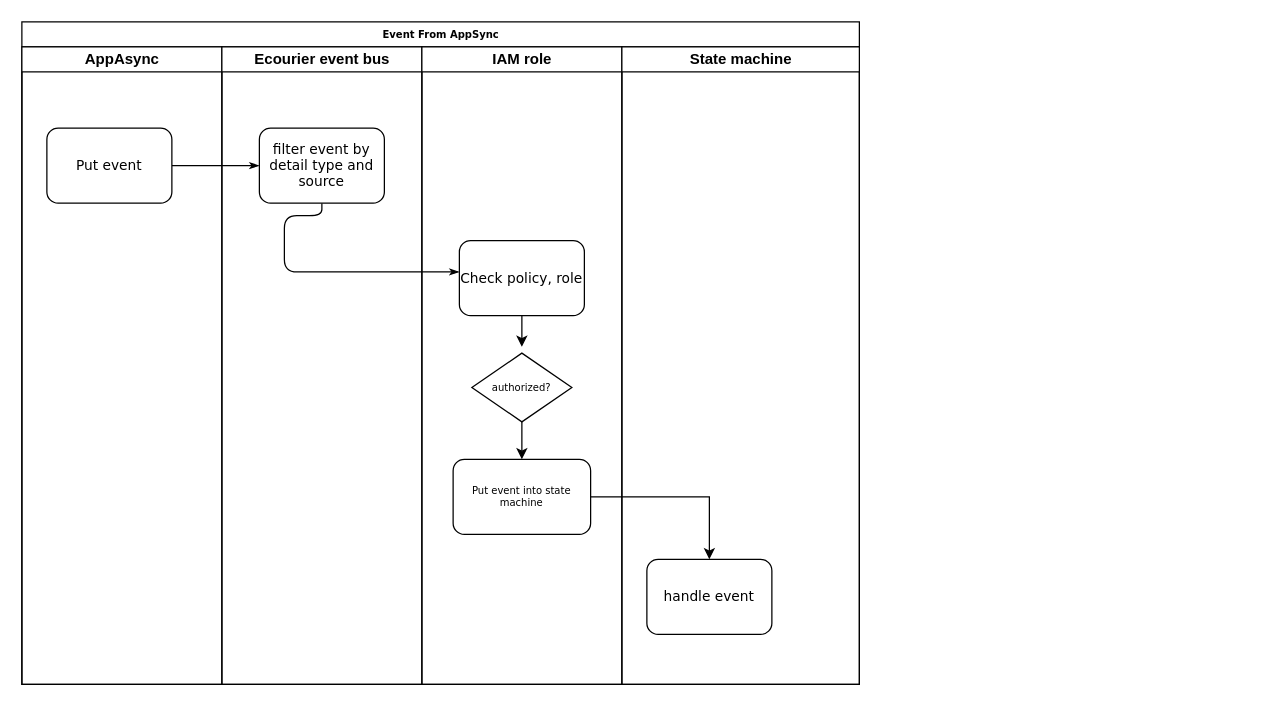
Before: event2.drawio in dieunguyen2003/deploycode, a draw.io diagram. Source tidied: cells renumbered, new cells numbered last; positions are measured from the earlier drawing's top-left corner, leaving out a move shared by most shapes. Both pictures are drawn from the tidied source at 125%, with x=0, y=0 at pixel (21, 21).
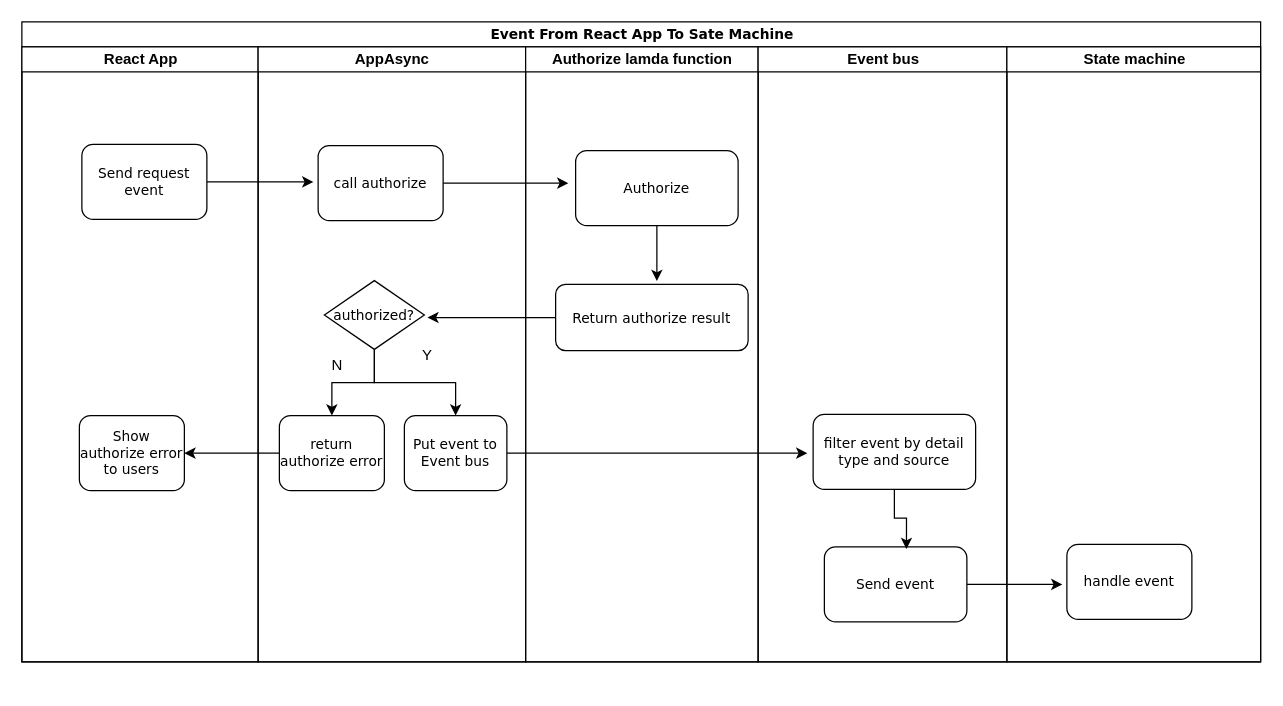
After the change.

The edit, as a diff of the source:
```diff
@@
-    <mxCell id="2" value="Event From AppSync" style="swimlane;html=1;startSize=20;rounded=0;shadow=0;labelBackgroundColor=none;strokeWidth=1;fontFamily=Verdana;fontSize=8;align=center;" parent="1" vertex="1">
-      <mxGeometry width="670" height="530" as="geometry" />
+    <mxCell id="2" value="&lt;font style=&quot;font-size: 11px;&quot;&gt;Event From React App To Sate Machine&lt;/font&gt;" style="swimlane;html=1;startSize=20;rounded=0;shadow=0;labelBackgroundColor=none;strokeWidth=1;fontFamily=Verdana;fontSize=8;align=center;" parent="1" vertex="1">
+      <mxGeometry width="991" height="512" as="geometry" />
     </mxCell>
-    <mxCell id="3" style="edgeStyle=orthogonalEdgeStyle;rounded=1;html=1;labelBackgroundColor=none;startArrow=none;startFill=0;startSize=5;endArrow=classicThin;endFill=1;endSize=5;jettySize=auto;strokeWidth=1;fontFamily=Verdana;fontSize=8;" parent="2" edge="1" source="6" target="8">
-      <mxGeometry relative="1" as="geometry" />
-    </mxCell>
-    <mxCell id="4" style="edgeStyle=orthogonalEdgeStyle;rounded=1;html=1;labelBackgroundColor=none;startArrow=none;startFill=0;startSize=5;endArrow=classicThin;endFill=1;endSize=5;jettySize=auto;strokeWidth=1;fontFamily=Verdana;fontSize=8;" parent="2" edge="1" source="8" target="11">
-      <mxGeometry relative="1" as="geometry">
-        <Array as="points">
-          <mxPoint x="240" y="155" />
-          <mxPoint x="210" y="155" />
-          <mxPoint x="210" y="200" />
-        </Array>
-      </mxGeometry>
-    </mxCell>
-    <mxCell id="5" value="AppAsync" style="swimlane;html=1;startSize=20;" parent="2" vertex="1">
-      <mxGeometry y="20" width="160" height="510" as="geometry" />
-    </mxCell>
+    <mxCell id="7" value="React App" style="swimlane;html=1;startSize=20;" parent="2" vertex="1">
+      <mxGeometry y="20" width="189" height="492" as="geometry" />
+    </mxCell>
+    <mxCell id="18" style="edgeStyle=orthogonalEdgeStyle;rounded=0;jettySize=auto;html=1;" parent="7" edge="1" source="6">
+      <mxGeometry relative="1" as="geometry">
+        <mxPoint x="233.2" y="108" as="targetPoint" />
+      </mxGeometry>
+    </mxCell>
-    <mxCell id="6" value="&lt;font style=&quot;font-size: 11px;&quot;&gt;Put event&lt;/font&gt;" style="rounded=1;whiteSpace=wrap;html=1;shadow=0;labelBackgroundColor=none;strokeWidth=1;fontFamily=Verdana;fontSize=8;align=center;" parent="5" vertex="1">
-      <mxGeometry x="20" y="65" width="100" height="60" as="geometry" />
+    <mxCell id="6" value="&lt;font style=&quot;font-size: 11px;&quot;&gt;Send request event&lt;/font&gt;" style="rounded=1;whiteSpace=wrap;html=1;shadow=0;labelBackgroundColor=none;strokeWidth=1;fontFamily=Verdana;fontSize=8;align=center;" parent="7" vertex="1">
+      <mxGeometry x="48" y="78" width="100" height="60" as="geometry" />
     </mxCell>
-    <mxCell id="7" value="Ecourier event bus" style="swimlane;html=1;startSize=20;" parent="2" vertex="1">
-      <mxGeometry x="160" y="20" width="160" height="510" as="geometry" />
-    </mxCell>
-    <mxCell id="8" value="&lt;font style=&quot;font-size: 11px;&quot;&gt;filter event by detail type and source&lt;/font&gt;" style="rounded=1;whiteSpace=wrap;html=1;shadow=0;labelBackgroundColor=none;strokeWidth=1;fontFamily=Verdana;fontSize=8;align=center;" parent="7" vertex="1">
-      <mxGeometry x="30" y="65" width="100" height="60" as="geometry" />
-    </mxCell>
+    <mxCell id="19" value="&lt;font style=&quot;font-size: 11px;&quot;&gt;Show authorize error to users&lt;/font&gt;" style="rounded=1;whiteSpace=wrap;html=1;shadow=0;labelBackgroundColor=none;strokeWidth=1;fontFamily=Verdana;fontSize=8;align=center;" parent="7" vertex="1">
+      <mxGeometry x="46" y="295" width="84" height="60" as="geometry" />
+    </mxCell>
-    <mxCell id="9" value="IAM role" style="swimlane;html=1;startSize=20;" parent="2" vertex="1">
-      <mxGeometry x="320" y="20" width="160" height="510" as="geometry" />
+    <mxCell id="9" value="AppAsync" style="swimlane;html=1;startSize=20;" parent="2" vertex="1">
+      <mxGeometry x="189" y="20" width="214" height="492" as="geometry" />
     </mxCell>
-    <mxCell id="10" style="edgeStyle=orthogonalEdgeStyle;rounded=0;jettySize=auto;html=1;exitX=0.5;exitY=1;exitDx=0;exitDy=0;" parent="9" edge="1" source="11">
-      <mxGeometry relative="1" as="geometry">
-        <mxPoint x="80" y="240" as="targetPoint" />
-      </mxGeometry>
-    </mxCell>
-    <mxCell id="11" value="&lt;font style=&quot;font-size: 11px;&quot;&gt;Check policy, role&lt;/font&gt;" style="rounded=1;whiteSpace=wrap;html=1;shadow=0;labelBackgroundColor=none;strokeWidth=1;fontFamily=Verdana;fontSize=8;align=center;" parent="9" vertex="1">
-      <mxGeometry x="30" y="155" width="100" height="60" as="geometry" />
-    </mxCell>
+    <mxCell id="20" style="edgeStyle=orthogonalEdgeStyle;rounded=0;jettySize=auto;html=1;" parent="9" edge="1" source="12">
+      <mxGeometry relative="1" as="geometry">
+        <mxPoint x="439.4" y="325" as="targetPoint" />
+      </mxGeometry>
+    </mxCell>
-    <mxCell id="12" value="Put event into state machine" style="rounded=1;whiteSpace=wrap;html=1;shadow=0;labelBackgroundColor=none;strokeWidth=1;fontFamily=Verdana;fontSize=8;align=center;" parent="9" vertex="1">
-      <mxGeometry x="25" y="330" width="110" height="60" as="geometry" />
+    <mxCell id="12" value="&lt;font style=&quot;font-size: 11px;&quot;&gt;Put event to Event bus&lt;/font&gt;" style="rounded=1;whiteSpace=wrap;html=1;shadow=0;labelBackgroundColor=none;strokeWidth=1;fontFamily=Verdana;fontSize=8;align=center;" parent="9" vertex="1">
+      <mxGeometry x="117" y="295" width="82" height="60" as="geometry" />
     </mxCell>
-    <mxCell id="13" style="edgeStyle=orthogonalEdgeStyle;rounded=0;jettySize=auto;html=1;entryX=0.5;entryY=0;entryDx=0;entryDy=0;" parent="9" edge="1" source="14" target="12">
+    <mxCell id="13" style="edgeStyle=orthogonalEdgeStyle;rounded=0;jettySize=auto;html=1;" parent="9" edge="1" source="14" target="12">
       <mxGeometry relative="1" as="geometry" />
     </mxCell>
+    <mxCell id="21" style="edgeStyle=orthogonalEdgeStyle;rounded=0;jettySize=auto;html=1;entryX=0.5;entryY=0;entryDx=0;entryDy=0;" parent="9" edge="1" source="14" target="24">
+      <mxGeometry relative="1" as="geometry" />
+    </mxCell>
-    <mxCell id="14" value="authorized?" style="rhombus;whiteSpace=wrap;html=1;rounded=0;shadow=0;labelBackgroundColor=none;strokeWidth=1;fontFamily=Verdana;fontSize=8;align=center;" parent="9" vertex="1">
-      <mxGeometry x="40" y="245" width="80" height="55" as="geometry" />
+    <mxCell id="14" value="&lt;font style=&quot;font-size: 11px;&quot;&gt;authorized?&lt;/font&gt;" style="rhombus;whiteSpace=wrap;html=1;rounded=0;shadow=0;labelBackgroundColor=none;strokeWidth=1;fontFamily=Verdana;fontSize=8;align=center;" parent="9" vertex="1">
+      <mxGeometry x="53" y="187" width="80" height="55" as="geometry" />
     </mxCell>
+    <mxCell id="22" style="edgeStyle=orthogonalEdgeStyle;rounded=0;jettySize=auto;html=1;" parent="9" edge="1" source="23">
+      <mxGeometry relative="1" as="geometry">
+        <mxPoint x="248.2" y="109" as="targetPoint" />
+      </mxGeometry>
+    </mxCell>
+    <mxCell id="23" value="&lt;span style=&quot;font-size: 11px;&quot;&gt;call authorize&lt;/span&gt;" style="rounded=1;whiteSpace=wrap;html=1;shadow=0;labelBackgroundColor=none;strokeWidth=1;fontFamily=Verdana;fontSize=8;align=center;" parent="9" vertex="1">
+      <mxGeometry x="48" y="79" width="100" height="60" as="geometry" />
+    </mxCell>
+    <mxCell id="24" value="&lt;font style=&quot;font-size: 11px;&quot;&gt;return authorize error&lt;/font&gt;" style="rounded=1;whiteSpace=wrap;html=1;shadow=0;labelBackgroundColor=none;strokeWidth=1;fontFamily=Verdana;fontSize=8;align=center;" parent="9" vertex="1">
+      <mxGeometry x="17" y="295" width="84" height="60" as="geometry" />
+    </mxCell>
-    <mxCell id="15" value="State machine" style="swimlane;html=1;startSize=20;" parent="2" vertex="1">
-      <mxGeometry x="480" y="20" width="190" height="510" as="geometry" />
+    <mxCell id="15" value="Authorize lamda function" style="swimlane;html=1;startSize=20;" parent="2" vertex="1">
+      <mxGeometry x="403" y="20" width="186" height="492" as="geometry" />
     </mxCell>
+    <mxCell id="25" style="edgeStyle=orthogonalEdgeStyle;rounded=0;jettySize=auto;html=1;" parent="15" edge="1" source="11">
+      <mxGeometry relative="1" as="geometry">
+        <mxPoint x="105" y="187.4" as="targetPoint" />
+      </mxGeometry>
+    </mxCell>
+    <mxCell id="11" value="&lt;span style=&quot;font-size: 11px;&quot;&gt;Authorize&lt;/span&gt;" style="rounded=1;whiteSpace=wrap;html=1;shadow=0;labelBackgroundColor=none;strokeWidth=1;fontFamily=Verdana;fontSize=8;align=center;" parent="15" vertex="1">
+      <mxGeometry x="40" y="83" width="130" height="60" as="geometry" />
+    </mxCell>
+    <mxCell id="26" style="edgeStyle=orthogonalEdgeStyle;rounded=0;jettySize=auto;html=1;" parent="15" edge="1" source="27">
+      <mxGeometry relative="1" as="geometry">
+        <mxPoint x="-78.6" y="216.5" as="targetPoint" />
+      </mxGeometry>
+    </mxCell>
+    <mxCell id="27" value="&lt;font style=&quot;font-size: 11px;&quot;&gt;Return&amp;nbsp;authorize result&lt;/font&gt;" style="rounded=1;whiteSpace=wrap;html=1;shadow=0;labelBackgroundColor=none;strokeWidth=1;fontFamily=Verdana;fontSize=8;align=center;" parent="15" vertex="1">
+      <mxGeometry x="24" y="190" width="154" height="53" as="geometry" />
+    </mxCell>
+    <mxCell id="5" value="Event bus" style="swimlane;html=1;startSize=20;" parent="2" vertex="1">
+      <mxGeometry x="589" y="20" width="199" height="492" as="geometry" />
+    </mxCell>
+    <mxCell id="8" value="&lt;font style=&quot;font-size: 11px;&quot;&gt;filter event by detail type and source&lt;/font&gt;" style="rounded=1;whiteSpace=wrap;html=1;shadow=0;labelBackgroundColor=none;strokeWidth=1;fontFamily=Verdana;fontSize=8;align=center;" parent="5" vertex="1">
+      <mxGeometry x="44" y="294" width="130" height="60" as="geometry" />
+    </mxCell>
+    <mxCell id="28" style="edgeStyle=orthogonalEdgeStyle;rounded=0;jettySize=auto;html=1;" parent="5" edge="1" source="16">
+      <mxGeometry relative="1" as="geometry">
+        <mxPoint x="243.4" y="430" as="targetPoint" />
+      </mxGeometry>
+    </mxCell>
-    <mxCell id="16" value="&lt;span style=&quot;font-size: 11px;&quot;&gt;handle event&lt;/span&gt;" style="rounded=1;whiteSpace=wrap;html=1;shadow=0;labelBackgroundColor=none;strokeWidth=1;fontFamily=Verdana;fontSize=8;align=center;" parent="15" vertex="1">
-      <mxGeometry x="20" y="410" width="100" height="60" as="geometry" />
+    <mxCell id="16" value="&lt;span style=&quot;font-size: 11px;&quot;&gt;Send event&lt;/span&gt;" style="rounded=1;whiteSpace=wrap;html=1;shadow=0;labelBackgroundColor=none;strokeWidth=1;fontFamily=Verdana;fontSize=8;align=center;" parent="5" vertex="1">
+      <mxGeometry x="53" y="400" width="114" height="60" as="geometry" />
     </mxCell>
-    <mxCell id="17" style="edgeStyle=orthogonalEdgeStyle;rounded=0;jettySize=auto;html=1;" parent="2" edge="1" source="12" target="16">
-      <mxGeometry relative="1" as="geometry" />
-    </mxCell>
+    <mxCell id="29" style="edgeStyle=orthogonalEdgeStyle;rounded=0;jettySize=auto;html=1;entryX=0.576;entryY=0.03;entryDx=0;entryDy=0;entryPerimeter=0;" parent="5" edge="1" source="8" target="16">
+      <mxGeometry relative="1" as="geometry" />
+    </mxCell>
+    <mxCell id="30" value="State machine" style="swimlane;html=1;startSize=20;" parent="2" vertex="1">
+      <mxGeometry x="788" y="20" width="203" height="492" as="geometry" />
+    </mxCell>
+    <mxCell id="31" value="&lt;span style=&quot;font-size: 11px;&quot;&gt;handle event&lt;/span&gt;" style="rounded=1;whiteSpace=wrap;html=1;shadow=0;labelBackgroundColor=none;strokeWidth=1;fontFamily=Verdana;fontSize=8;align=center;" parent="30" vertex="1">
+      <mxGeometry x="48" y="398" width="100" height="60" as="geometry" />
+    </mxCell>
+    <mxCell id="32" style="edgeStyle=orthogonalEdgeStyle;rounded=0;jettySize=auto;html=1;entryX=1;entryY=0.5;entryDx=0;entryDy=0;" parent="2" edge="1" source="24" target="19">
+      <mxGeometry relative="1" as="geometry" />
+    </mxCell>
+    <mxCell id="33" value="N" style="text;html=1;align=center;verticalAlign=middle;strokeColor=none;fillColor=none;" parent="1" vertex="1">
+      <mxGeometry x="238" y="262" width="27" height="26" as="geometry" />
+    </mxCell>
+    <mxCell id="34" value="Y" style="text;html=1;align=center;verticalAlign=middle;strokeColor=none;fillColor=none;" parent="1" vertex="1">
+      <mxGeometry x="311" y="254" width="26" height="26" as="geometry" />
+    </mxCell>
```
